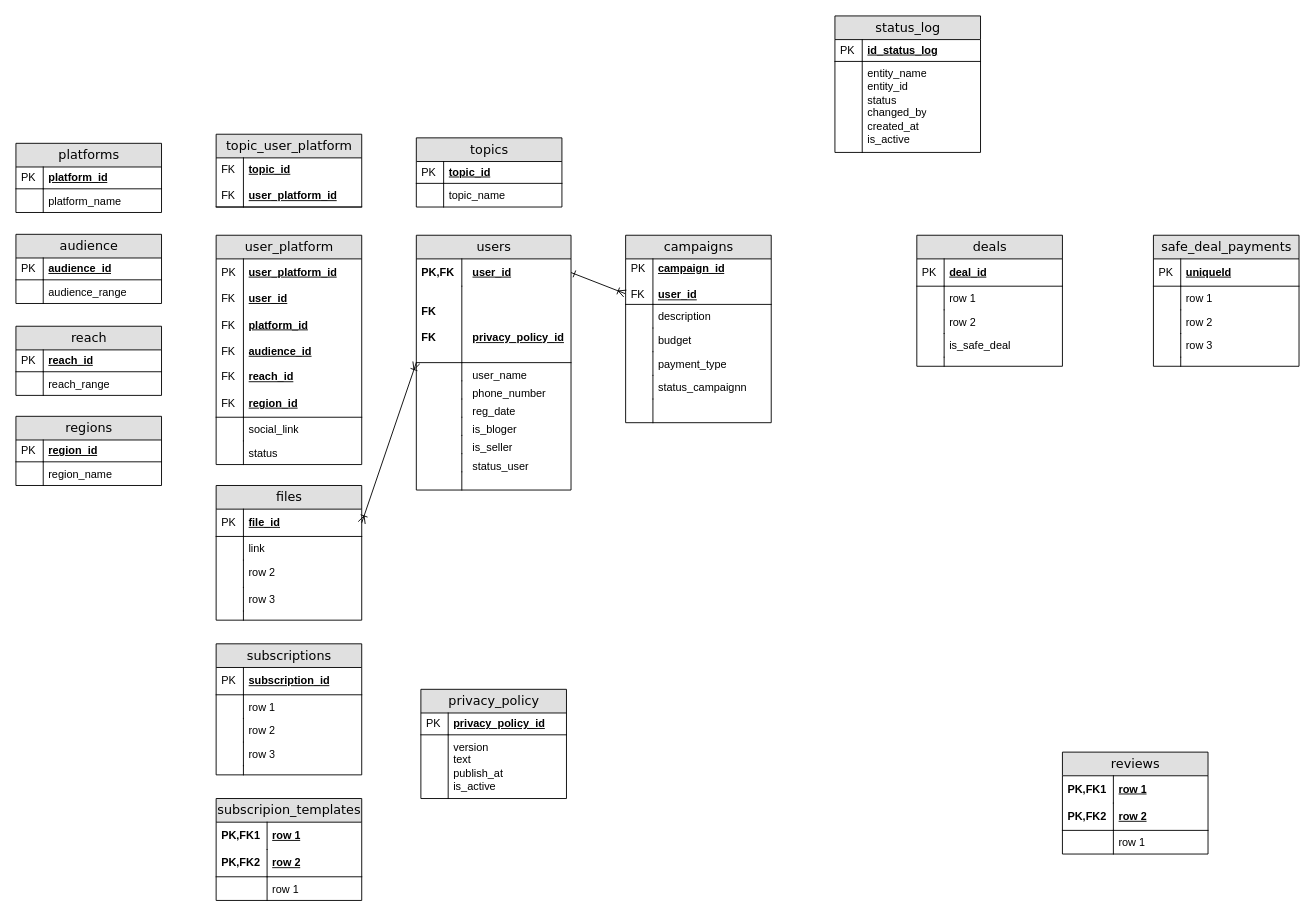
The draw.io diagram diagrams/erd.drawio.xml in NadezdaHope19/practice, before the edit. Source tidied: cells renumbered, new cells numbered last; positions are measured from the earlier drawing's top-left corner, leaving out a move shared by most shapes. Both pictures are drawn from the tidied source at 91%, with x=0, y=0 at pixel (15, 15).
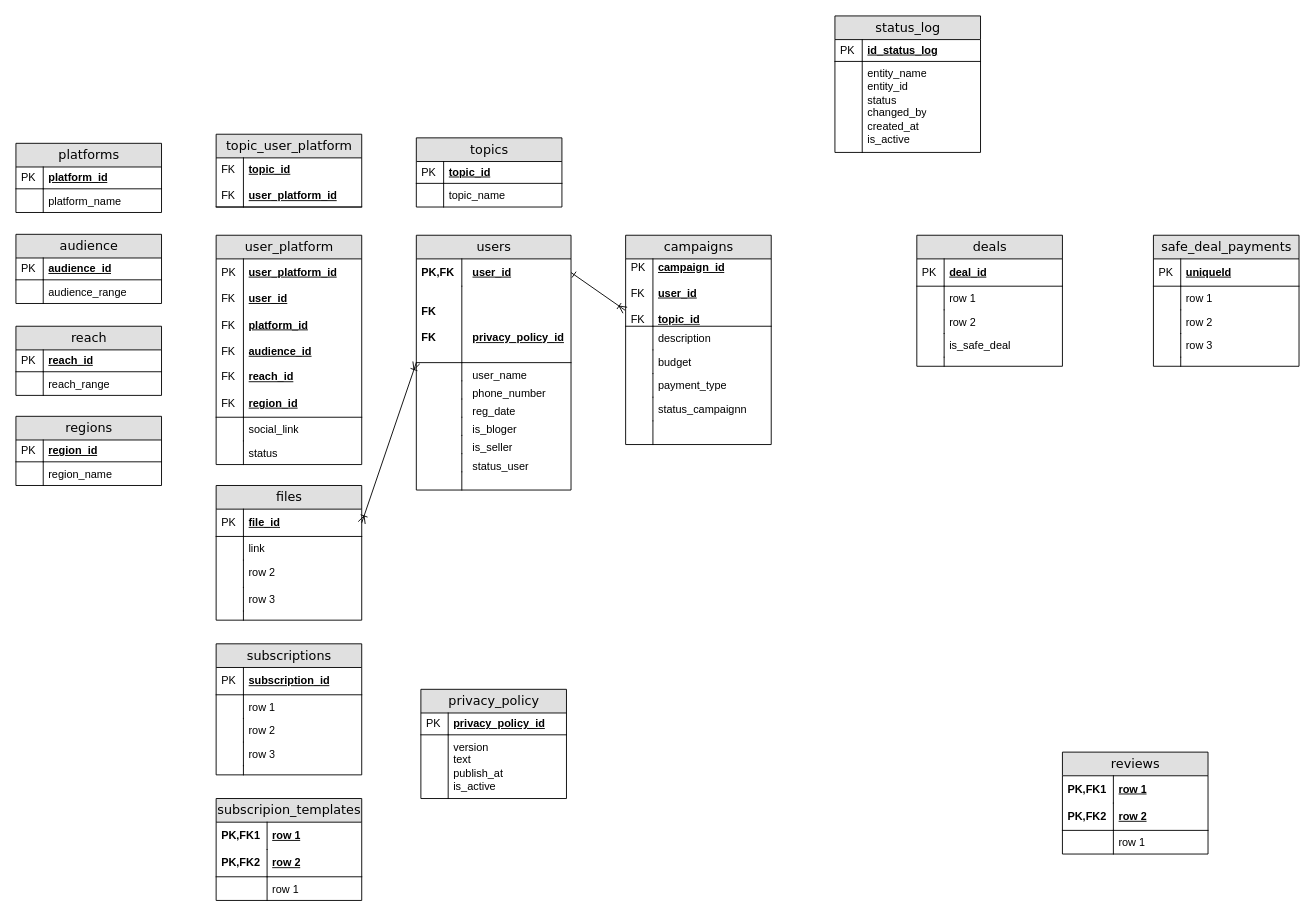
Above is the later version.

Change to the diagram source:
```diff
@@
     <mxCell id="21" value="campaigns" style="swimlane;html=1;fontStyle=0;horizontal=1;startSize=26;fillColor=#e0e0e0;swimlaneFillColor=#ffffff;align=center;rounded=0;shadow=0;comic=0;labelBackgroundColor=none;strokeWidth=1;fontFamily=Verdana;fontSize=14;swimlaneLine=1;" parent="1" vertex="1">
-      <mxGeometry x="670" y="241" width="160" height="206" as="geometry" />
+      <mxGeometry x="670" y="241" width="160" height="230" as="geometry" />
     </mxCell>
-    <mxCell id="22" value="campaign_id&lt;div&gt;&lt;br&gt;&lt;/div&gt;&lt;div&gt;user_id&lt;/div&gt;" style="shape=partialRectangle;top=0;left=0;right=0;bottom=1;html=1;align=left;verticalAlign=middle;fillColor=none;spacingLeft=34;spacingRight=4;whiteSpace=wrap;overflow=hidden;points=[[0,0.5],[1,0.5]];portConstraint=eastwest;fontStyle=5;" parent="21" vertex="1">
-      <mxGeometry y="26" width="160" height="50" as="geometry" />
+    <mxCell id="22" value="campaign_id&lt;div&gt;&lt;br&gt;&lt;/div&gt;&lt;div&gt;user_id&lt;/div&gt;&lt;div&gt;&lt;br&gt;&lt;/div&gt;&lt;div&gt;topic_id&lt;/div&gt;" style="shape=partialRectangle;top=0;left=0;right=0;bottom=1;html=1;align=left;verticalAlign=middle;fillColor=none;spacingLeft=34;spacingRight=4;whiteSpace=wrap;overflow=hidden;points=[[0,0.5],[1,0.5]];portConstraint=eastwest;fontStyle=5;" parent="21" vertex="1">
+      <mxGeometry y="26" width="160" height="74" as="geometry" />
     </mxCell>
-    <mxCell id="23" value="PK&lt;div&gt;&lt;br&gt;&lt;/div&gt;&lt;div&gt;FK&lt;/div&gt;" style="shape=partialRectangle;top=0;left=0;bottom=0;html=1;fillColor=none;align=left;verticalAlign=middle;spacingLeft=4;spacingRight=4;whiteSpace=wrap;overflow=hidden;" parent="22" vertex="1">
-      <mxGeometry width="30" height="50" as="geometry" />
+    <mxCell id="23" value="PK&lt;div&gt;&lt;br&gt;&lt;/div&gt;&lt;div&gt;FK&lt;/div&gt;&lt;div&gt;&lt;br&gt;&lt;/div&gt;&lt;div&gt;FK&lt;/div&gt;" style="shape=partialRectangle;top=0;left=0;bottom=0;html=1;fillColor=none;align=left;verticalAlign=middle;spacingLeft=4;spacingRight=4;whiteSpace=wrap;overflow=hidden;" parent="22" vertex="1">
+      <mxGeometry width="30" height="74" as="geometry" />
     </mxCell>
     <mxCell id="24" value="description" style="shape=partialRectangle;top=0;left=0;right=0;bottom=0;html=1;align=left;verticalAlign=top;fillColor=none;spacingLeft=34;spacingRight=4;whiteSpace=wrap;overflow=hidden;" parent="21" vertex="1">
-      <mxGeometry y="76" width="160" height="26" as="geometry" />
+      <mxGeometry y="100" width="160" height="26" as="geometry" />
     </mxCell>
@@
     <mxCell id="26" value="budget" style="shape=partialRectangle;top=0;left=0;right=0;bottom=0;html=1;align=left;verticalAlign=top;fillColor=none;spacingLeft=34;spacingRight=4;whiteSpace=wrap;overflow=hidden;" parent="21" vertex="1">
-      <mxGeometry y="102" width="160" height="26" as="geometry" />
+      <mxGeometry y="126" width="160" height="26" as="geometry" />
     </mxCell>
@@
     <mxCell id="28" value="payment_type" style="shape=partialRectangle;top=0;left=0;right=0;bottom=0;html=1;align=left;verticalAlign=top;fillColor=none;spacingLeft=34;spacingRight=4;whiteSpace=wrap;overflow=hidden;" parent="21" vertex="1">
-      <mxGeometry y="128" width="160" height="26" as="geometry" />
+      <mxGeometry y="152" width="160" height="26" as="geometry" />
     </mxCell>
@@
     <mxCell id="30" value="&lt;div&gt;&lt;span style=&quot;background-color: transparent; color: light-dark(rgb(0, 0, 0), rgb(255, 255, 255));&quot;&gt;status_campaignn&lt;/span&gt;&lt;/div&gt;" style="shape=partialRectangle;top=0;left=0;right=0;bottom=0;html=1;align=left;verticalAlign=top;fillColor=none;spacingLeft=34;spacingRight=4;whiteSpace=wrap;overflow=hidden;" parent="21" vertex="1">
-      <mxGeometry y="154" width="160" height="26" as="geometry" />
+      <mxGeometry y="178" width="160" height="26" as="geometry" />
     </mxCell>
@@
     <mxCell id="32" style="shape=partialRectangle;top=0;left=0;right=0;bottom=0;html=1;align=left;verticalAlign=top;fillColor=none;spacingLeft=34;spacingRight=4;whiteSpace=wrap;overflow=hidden;" parent="21" vertex="1">
-      <mxGeometry y="180" width="160" height="26" as="geometry" />
+      <mxGeometry y="204" width="160" height="26" as="geometry" />
     </mxCell>
```
